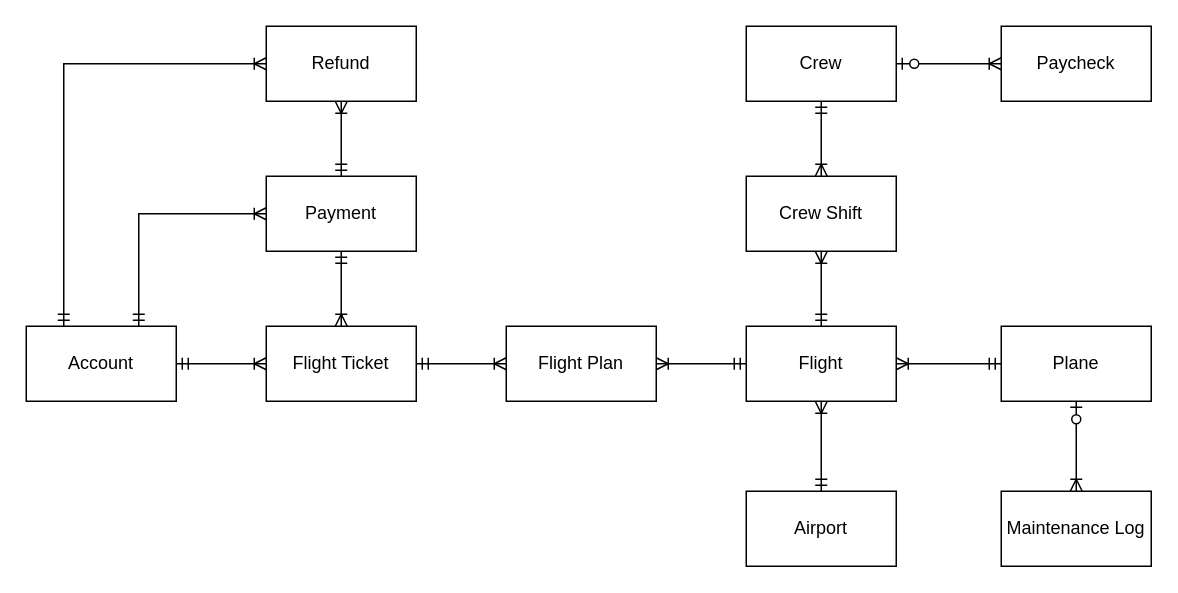
Poleric/database-design-assignment keeps this draw.io diagram as erd.drawio. Above is the earlier version. Source tidied: cells renumbered, new cells numbered last; positions are measured from the earlier drawing's top-left corner, leaving out a move shared by most shapes. Both pictures are drawn from the tidied source at 150%, with x=0, y=0 at pixel (26, 26).
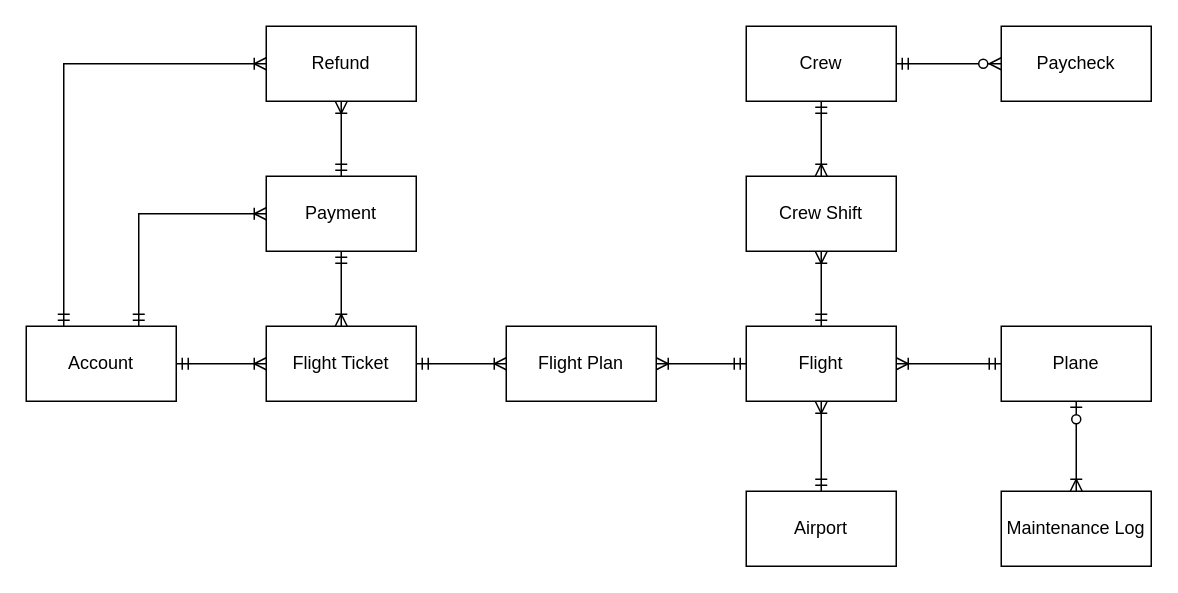
The same page after the edit.

Commit message:
fix crew paycheck relation

The change refers to these unchanged cells:
```xml
<mxCell id="4" value="Crew" style="html=1;dashed=0;whiteSpace=wrap;" parent="1" vertex="1">
  <mxGeometry x="480" width="100" height="50" as="geometry" />
</mxCell>
<mxCell id="5" value="Paycheck" style="html=1;dashed=0;whiteSpace=wrap;" parent="1" vertex="1">
  <mxGeometry x="650" width="100" height="50" as="geometry" />
</mxCell>
```

Diff of the diagram source:
```diff
@@
-    <mxCell id="26" style="edgeStyle=orthogonalEdgeStyle;fontSize=12;html=1;endArrow=ERoneToMany;startArrow=ERzeroToOne;rounded=0;entryX=0;entryY=0.5;entryDx=0;entryDy=0;exitX=1;exitY=0.5;exitDx=0;exitDy=0;" parent="1" edge="1" source="4" target="5">
+    <mxCell id="26" style="edgeStyle=orthogonalEdgeStyle;fontSize=12;html=1;endArrow=ERzeroToMany;startArrow=ERmandOne;rounded=0;entryX=0;entryY=0.5;entryDx=0;entryDy=0;exitX=1;exitY=0.5;exitDx=0;exitDy=0;" parent="1" edge="1" source="4" target="5">
       <mxGeometry relative="1" as="geometry" />
     </mxCell>
```
